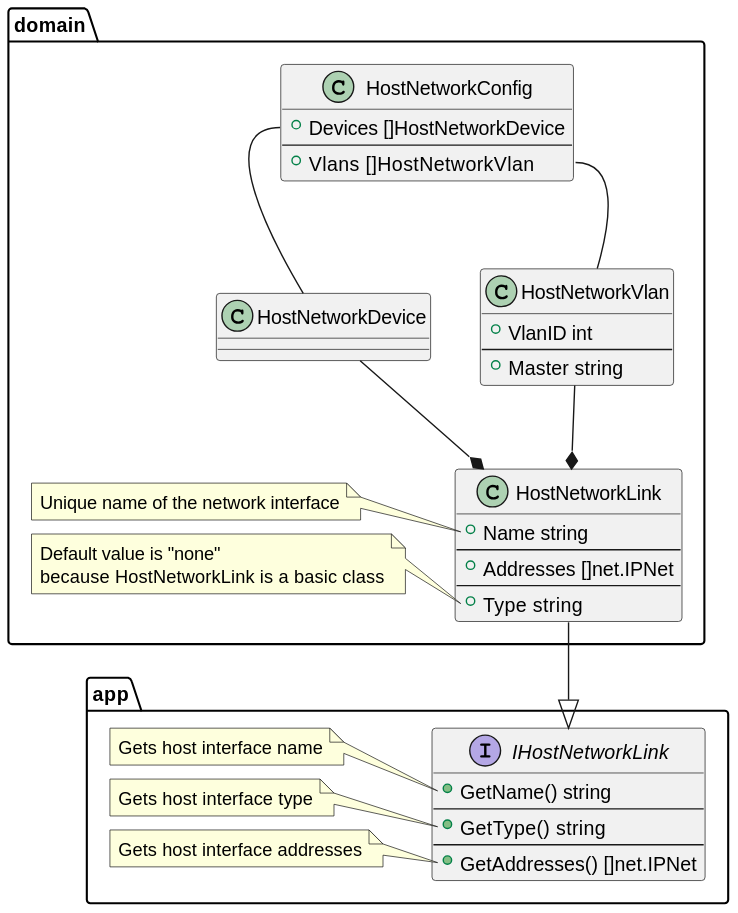
Before: docs/plantuml/entities/HostNetworkConfig.svg, a diagram exported from PlantUML (lf-edge/rol).
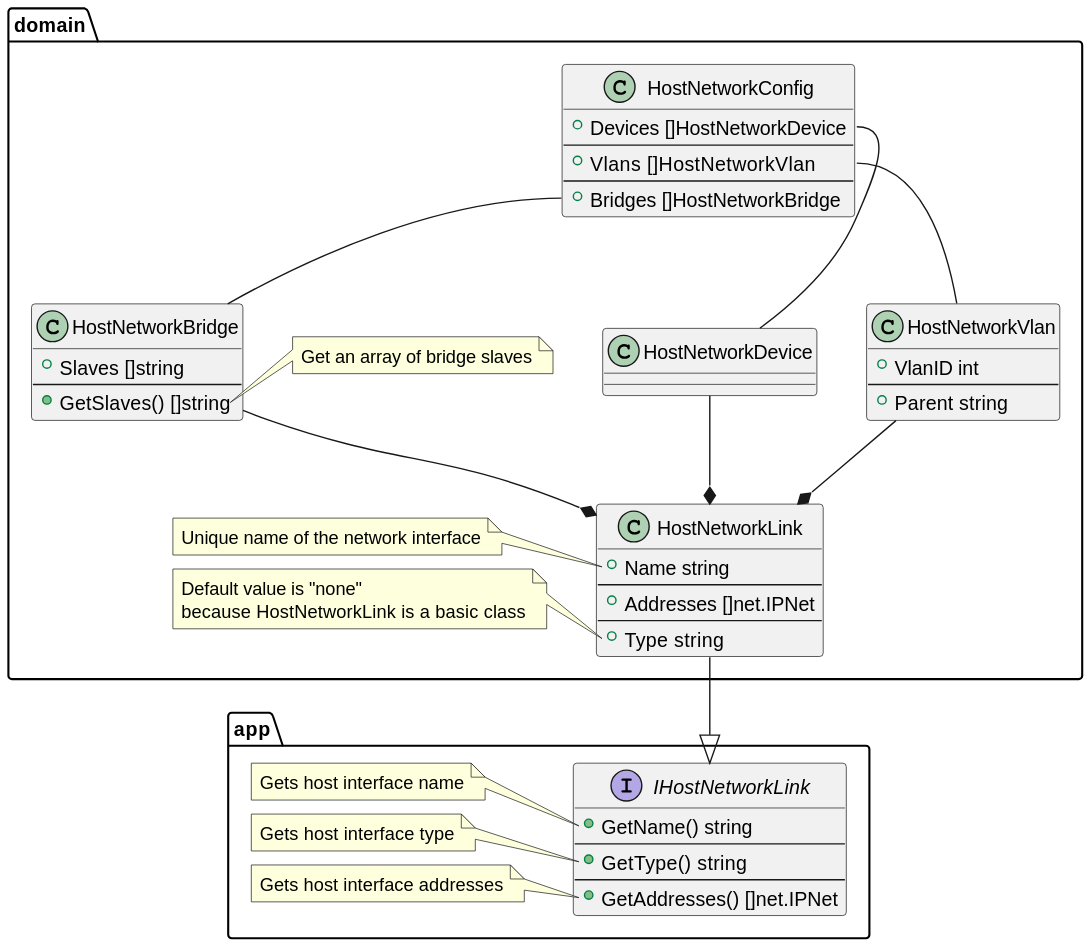
Later version of the same file.

Change to the diagram source:
```diff
@@ -2,16 +2,20 @@
 
 !include HostNetworkDevice.puml
 !include HostNetworkVlan.puml
+!include HostNetworkBridge.puml
 
 package domain {
     class HostNetworkConfig {
         +Devices []HostNetworkDevice
         --
         +Vlans   []HostNetworkVlan
+        --
+        +Bridges []HostNetworkBridge
     }
 
     HostNetworkConfig::Devices -- HostNetworkDevice
     HostNetworkConfig::Vlans -- HostNetworkVlan
+    HostNetworkConfig::Bridges -- HostNetworkBridge
 }
 
 @enduml
```
